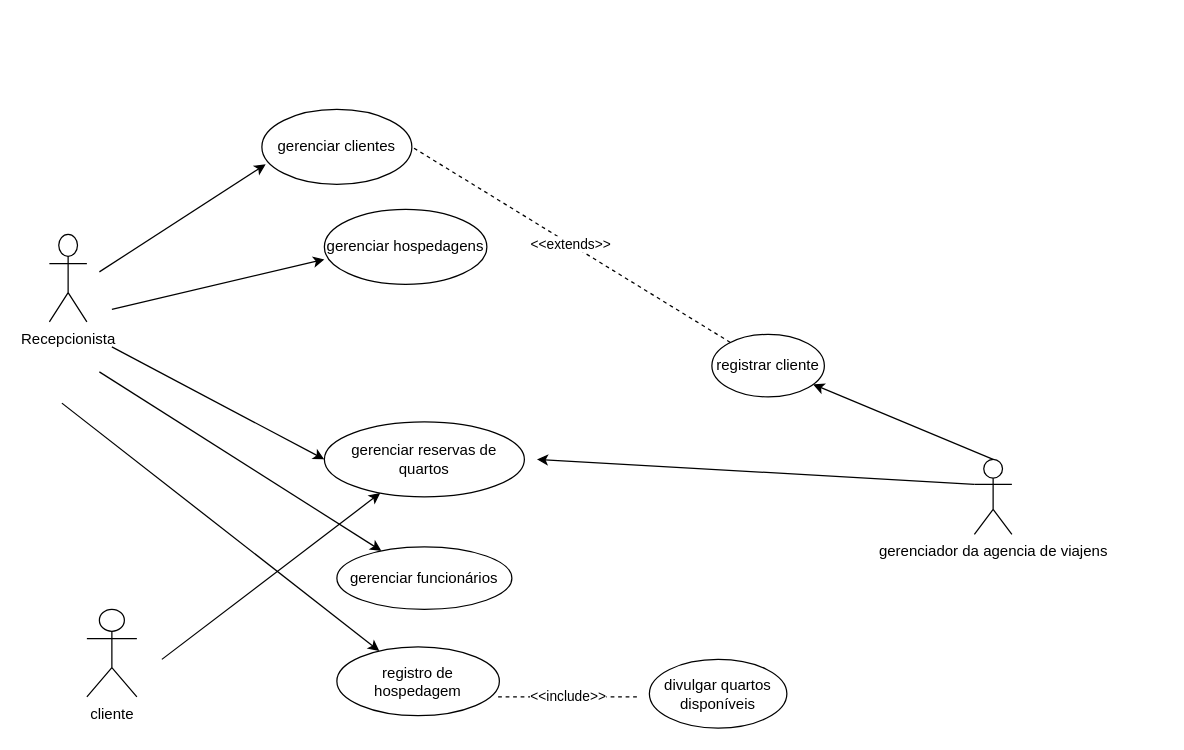
Above: page "Página-4" (4 of 4) of Diagramaaula.drawio in neymarboliviano/diagramasderequisitos (draw.io), before the change. Source tidied: cells renumbered, new cells numbered last; positions are measured from the earlier drawing's top-left corner, leaving out a move shared by most shapes. Both pictures are drawn from the tidied source at 125%, with x=0, y=0 at pixel (49, 109).
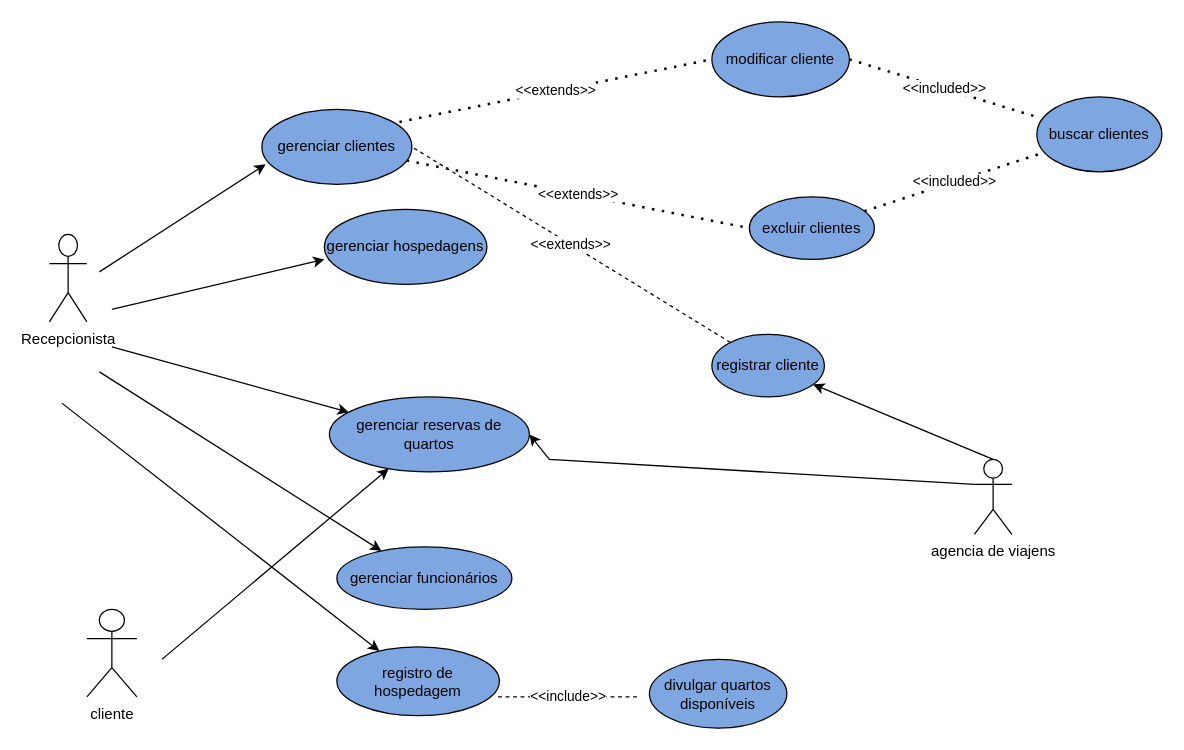
The same page after the edit.

The edit, as a diff of the source:
```diff
@@
-    <mxCell id="4" value="gerenciar clientes" style="ellipse;whiteSpace=wrap;html=1;" parent="1" vertex="1">
+    <mxCell id="4" value="gerenciar clientes" style="ellipse;whiteSpace=wrap;html=1;fillColor=light-dark(#7EA6E0,var(--ge-dark-color, #121212));" parent="1" vertex="1">
       <mxGeometry x="170" width="120" height="60" as="geometry" />
     </mxCell>
-    <mxCell id="5" value="gerenciar hospedagens" style="ellipse;whiteSpace=wrap;html=1;" parent="1" vertex="1">
+    <mxCell id="5" value="gerenciar hospedagens" style="ellipse;whiteSpace=wrap;html=1;fillColor=light-dark(#7EA6E0,var(--ge-dark-color, #121212));" parent="1" vertex="1">
       <mxGeometry x="220" y="80" width="130" height="60" as="geometry" />
     </mxCell>
@@
-    <mxCell id="7" style="endArrow=classic;html=1;rounded=0;" parent="1" edge="1">
+    <mxCell id="7" style="endArrow=classic;html=1;rounded=0;" parent="1" edge="1" target="8">
       <mxGeometry relative="1" as="geometry">
         <mxPoint x="50" y="190" as="sourcePoint" />
-        <mxPoint x="220" y="280" as="targetPoint" />
       </mxGeometry>
     </mxCell>
-    <mxCell id="8" value="gerenciar reservas de quartos" style="ellipse;whiteSpace=wrap;html=1;" parent="1" vertex="1">
-      <mxGeometry x="220" y="250" width="160" height="60" as="geometry" />
+    <mxCell id="8" value="gerenciar reservas de quartos" style="ellipse;whiteSpace=wrap;html=1;fillColor=light-dark(#7EA6E0,var(--ge-dark-color, #121212));" parent="1" vertex="1">
+      <mxGeometry x="224" y="230" width="160" height="60" as="geometry" />
     </mxCell>
@@
-    <mxCell id="11" value="gerenciar funcionários" style="ellipse;whiteSpace=wrap;html=1;" parent="1" vertex="1">
+    <mxCell id="11" value="gerenciar funcionários" style="ellipse;whiteSpace=wrap;html=1;fillColor=light-dark(#7EA6E0,var(--ge-dark-color, #121212));" parent="1" vertex="1">
       <mxGeometry x="230" y="350" width="140" height="50" as="geometry" />
     </mxCell>
@@
-    <mxCell id="13" value="registro de hospedagem" style="ellipse;whiteSpace=wrap;html=1;" parent="1" vertex="1">
+    <mxCell id="13" value="registro de hospedagem" style="ellipse;whiteSpace=wrap;html=1;fillColor=light-dark(#7EA6E0,var(--ge-dark-color, #121212));" parent="1" vertex="1">
       <mxGeometry x="230" y="430" width="130" height="55" as="geometry" />
     </mxCell>
@@
-    <mxCell id="16" value="divulgar quartos disponíveis" style="ellipse;whiteSpace=wrap;html=1;" parent="1" vertex="1">
+    <mxCell id="16" value="divulgar quartos disponíveis" style="ellipse;whiteSpace=wrap;html=1;fillColor=light-dark(#7EA6E0,var(--ge-dark-color, #121212));" parent="1" vertex="1">
       <mxGeometry x="480" y="440" width="110" height="55" as="geometry" />
     </mxCell>
-    <mxCell id="17" value="gerenciador da agencia de viajens" style="shape=umlActor;verticalLabelPosition=bottom;verticalAlign=top;html=1;outlineConnect=0;" parent="1" vertex="1">
+    <mxCell id="17" value="agencia de viajens" style="shape=umlActor;verticalLabelPosition=bottom;verticalAlign=top;html=1;outlineConnect=0;" parent="1" vertex="1">
       <mxGeometry x="740" y="280" width="30" height="60" as="geometry" />
     </mxCell>
-    <mxCell id="18" style="endArrow=classic;html=1;rounded=0;exitX=0;exitY=0.3333333333333333;exitDx=0;exitDy=0;exitPerimeter=0;" parent="1" edge="1" source="17">
+    <mxCell id="18" style="endArrow=classic;html=1;rounded=0;exitX=0;exitY=0.3333333333333333;exitDx=0;exitDy=0;exitPerimeter=0;entryX=1;entryY=0.5;entryDx=0;entryDy=0;" parent="1" edge="1" source="17" target="8">
       <mxGeometry relative="1" as="geometry">
-        <mxPoint x="390" y="280" as="targetPoint" />
+        <Array as="points">
+          <mxPoint x="400" y="280" />
+        </Array>
       </mxGeometry>
     </mxCell>
@@
-    <mxCell id="20" value="registrar cliente" style="ellipse;whiteSpace=wrap;html=1;" parent="1" vertex="1">
+    <mxCell id="20" value="registrar cliente" style="ellipse;whiteSpace=wrap;html=1;fillColor=light-dark(#7EA6E0,var(--ge-dark-color, #121212));" parent="1" vertex="1">
       <mxGeometry x="530" y="180" width="90" height="50" as="geometry" />
     </mxCell>
@@
+    <mxCell id="22" value="excluir clientes" style="ellipse;whiteSpace=wrap;html=1;fillColor=light-dark(#7EA6E0,var(--ge-dark-color, #121212));" parent="1" vertex="1">
+      <mxGeometry x="560" y="70" width="100" height="50" as="geometry" />
+    </mxCell>
+    <mxCell id="23" value="&amp;lt;&amp;lt;extends&amp;gt;&amp;gt;" style="endArrow=none;dashed=1;html=1;dashPattern=1 3;strokeWidth=2;rounded=0;entryX=0;entryY=0.5;entryDx=0;entryDy=0;" parent="1" edge="1" source="4" target="22">
+      <mxGeometry relative="1" as="geometry" />
+    </mxCell>
+    <mxCell id="24" value="modificar cliente" style="ellipse;whiteSpace=wrap;html=1;fillColor=light-dark(#7EA6E0,var(--ge-dark-color, #121212));" parent="1" vertex="1">
+      <mxGeometry x="530" y="-70" width="110" height="60" as="geometry" />
+    </mxCell>
+    <mxCell id="25" value="&amp;lt;&amp;lt;included&amp;gt;&amp;gt;" style="endArrow=none;dashed=1;html=1;dashPattern=1 3;strokeWidth=2;rounded=0;" parent="1" edge="1" source="22" target="26">
+      <mxGeometry relative="1" as="geometry" />
+    </mxCell>
+    <mxCell id="26" value="buscar clientes" style="ellipse;whiteSpace=wrap;html=1;fillColor=light-dark(#7EA6E0,var(--ge-dark-color, #121212));" parent="1" vertex="1">
+      <mxGeometry x="790" y="-10" width="100" height="60" as="geometry" />
+    </mxCell>
+    <mxCell id="27" value="&amp;lt;&amp;lt;included&amp;gt;&amp;gt;" style="endArrow=none;dashed=1;html=1;dashPattern=1 3;strokeWidth=2;rounded=0;entryX=0.03;entryY=0.283;entryDx=0;entryDy=0;entryPerimeter=0;exitX=1;exitY=0.5;exitDx=0;exitDy=0;" parent="1" edge="1" source="24" target="26">
+      <mxGeometry relative="1" as="geometry" />
+    </mxCell>
+    <mxCell id="28" value="&amp;lt;&amp;lt;extends&amp;gt;&amp;gt;" style="endArrow=none;dashed=1;html=1;dashPattern=1 3;strokeWidth=2;rounded=0;exitX=0.917;exitY=0.167;exitDx=0;exitDy=0;exitPerimeter=0;" parent="1" edge="1" source="4">
+      <mxGeometry relative="1" as="geometry">
+        <mxPoint x="530" y="-40" as="targetPoint" />
+      </mxGeometry>
+    </mxCell>
```
